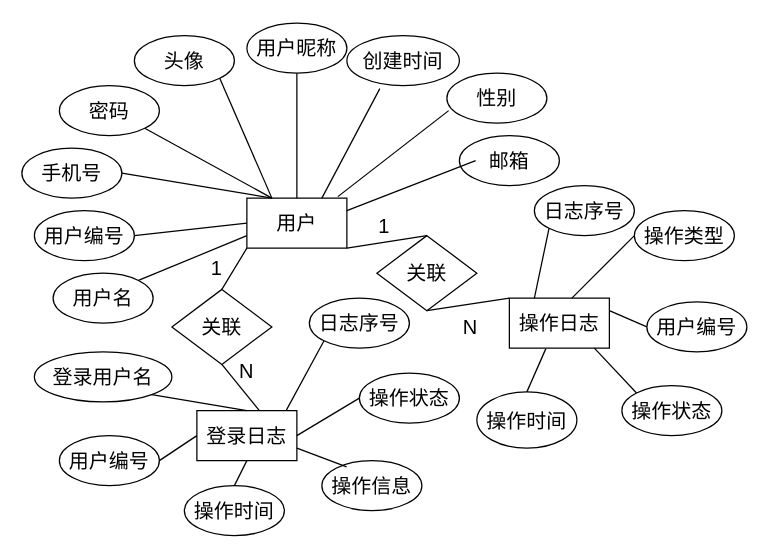
The draw.io diagram 其他ER.drawio in zhangruyi3906/img, before the edit. Source tidied: cells renumbered, new cells numbered last; positions are measured from the earlier drawing's top-left corner, leaving out a move shared by most shapes. Both pictures are drawn from the tidied source at 125%, with x=0, y=0 at pixel (21, 22).
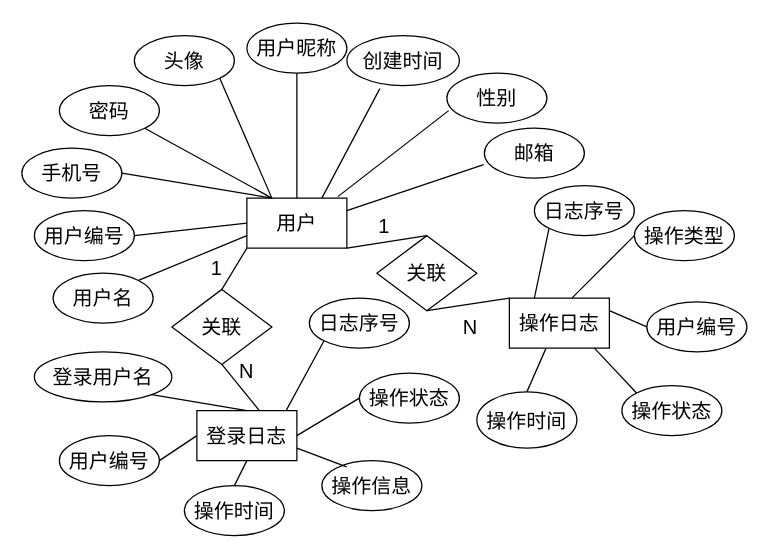
Above is the later version.

Unchanged cells that the change refers to:
```xml
<mxCell id="4" value="&lt;font style=&quot;font-size: 16px;&quot;&gt;用户&lt;/font&gt;" style="rounded=0;whiteSpace=wrap;html=1;" parent="1" vertex="1">
  <mxGeometry x="180" y="140" width="80" height="40" as="geometry" />
</mxCell>
```

Change to the diagram source:
```diff
@@
     <mxCell id="8" value="&lt;p class=&quot;MsoNormal&quot;&gt;&lt;font face=&quot;Helvetica&quot; style=&quot;font-size: 16px;&quot;&gt;邮箱&lt;/font&gt;&lt;/p&gt;" style="ellipse;whiteSpace=wrap;html=1;" parent="1" vertex="1">
-      <mxGeometry x="350" y="90" width="80" height="40" as="geometry" />
+      <mxGeometry x="370" y="84" width="80" height="40" as="geometry" />
     </mxCell>
@@
-    <mxCell id="15" style="endArrow=none;html=1;rounded=0;entryX=1;entryY=0.25;entryDx=0;entryDy=0;" parent="1" edge="1" target="4">
-      <mxGeometry relative="1" as="geometry">
-        <mxPoint x="363" y="110" as="sourcePoint" />
-      </mxGeometry>
+    <mxCell id="15" style="endArrow=none;html=1;rounded=0;entryX=1;entryY=0.25;entryDx=0;entryDy=0;exitX=-0.007;exitY=0.73;exitDx=0;exitDy=0;exitPerimeter=0;" parent="1" edge="1" source="8" target="4">
+      <mxGeometry relative="1" as="geometry" />
     </mxCell>
```
